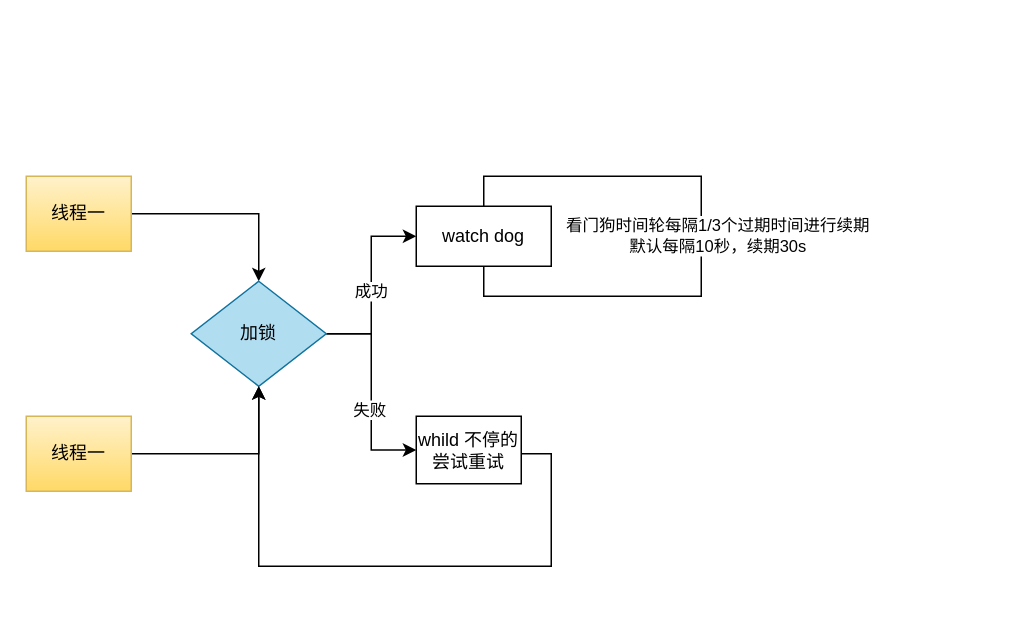
koralcc/resource keeps this draw.io diagram as redisson锁+看门狗.drawio. Above is the earlier version. Source tidied: cells renumbered, new cells numbered last; positions are measured from the earlier drawing's top-left corner, leaving out a move shared by most shapes. Both pictures are drawn from the tidied source at 150%, with x=0, y=0 at pixel (26, 176).
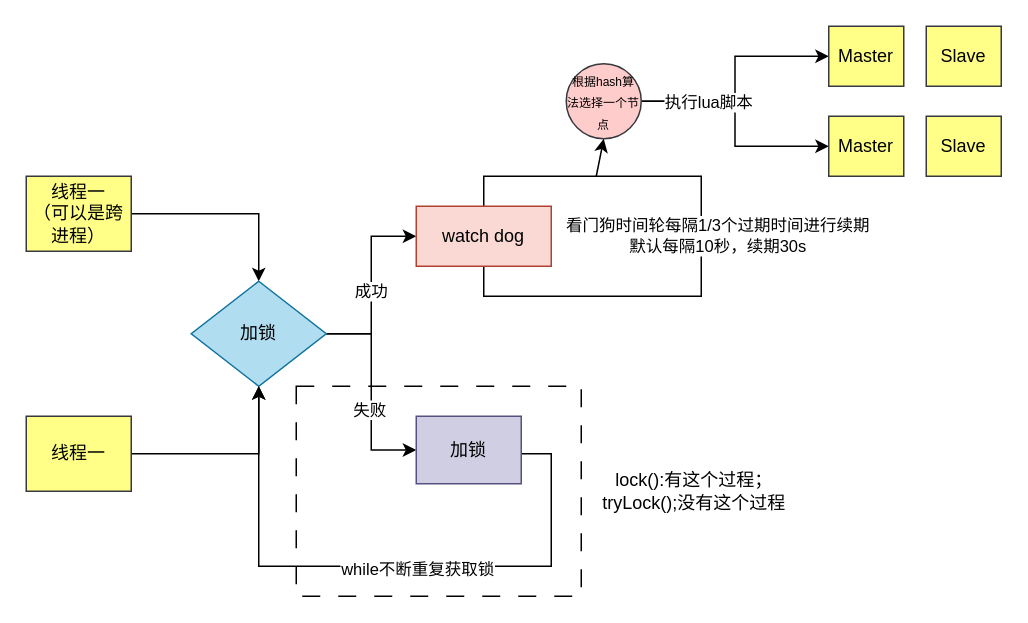
Above is the later version.

Commit message:
更新redisson锁+看门狗.drawio

Unchanged cells that the change refers to:
```xml
<mxCell id="14" style="edgeStyle=orthogonalEdgeStyle;rounded=0;jettySize=auto;html=1;entryX=0.5;entryY=1;entryDx=0;entryDy=0;" parent="1" edge="1" source="15" target="8">
  <mxGeometry relative="1" as="geometry">
    <Array as="points">
      <mxPoint x="350" y="185" />
      <mxPoint x="350" y="260" />
      <mxPoint x="155" y="260" />
    </Array>
  </mxGeometry>
</mxCell>
```

What changed in the source:
```diff
@@
+    <mxCell id="16" style="rounded=0;whiteSpace=wrap;html=1;dashed=1;dashPattern=12 12;" parent="1" vertex="1">
+      <mxGeometry x="180" y="140" width="190" height="140" as="geometry" />
+    </mxCell>
@@
-    <mxCell id="3" value="线程一" style="rounded=0;whiteSpace=wrap;html=1;fillColor=#fff2cc;strokeColor=#d6b656;gradientColor=#ffd966;" parent="1" vertex="1">
+    <mxCell id="3" value="线程一&lt;br&gt;（可以是跨进程）" style="rounded=0;whiteSpace=wrap;html=1;fillColor=#ffff88;strokeColor=#36393d;" parent="1" vertex="1">
       <mxGeometry width="70" height="50" as="geometry" />
     </mxCell>
@@
-    <mxCell id="10" value="线程一" style="rounded=0;whiteSpace=wrap;html=1;fillColor=#fff2cc;strokeColor=#d6b656;gradientColor=#ffd966;" parent="1" vertex="1">
+    <mxCell id="10" value="线程一" style="rounded=0;whiteSpace=wrap;html=1;fillColor=#ffff88;strokeColor=#36393d;" parent="1" vertex="1">
       <mxGeometry y="160" width="70" height="50" as="geometry" />
     </mxCell>
@@
-    <mxCell id="13" value="watch dog" style="rounded=0;whiteSpace=wrap;html=1;" parent="1" vertex="1">
+    <mxCell id="13" value="watch dog" style="rounded=0;whiteSpace=wrap;html=1;fillColor=#fad9d5;strokeColor=#ae4132;" parent="1" vertex="1">
       <mxGeometry x="260" y="20" width="90" height="40" as="geometry" />
     </mxCell>
@@
+    <mxCell id="17" value="while不断重复获取锁" style="edgeLabel;html=1;align=center;verticalAlign=middle;" parent="14" vertex="1">
+      <mxGeometry x="0.01" y="1" relative="1" as="geometry">
+        <mxPoint x="22" as="offset" />
+      </mxGeometry>
+    </mxCell>
-    <mxCell id="15" value="whild 不停的尝试重试" style="rounded=0;whiteSpace=wrap;html=1;" parent="1" vertex="1">
+    <mxCell id="15" value="加锁" style="rounded=0;whiteSpace=wrap;html=1;fillColor=#d0cee2;strokeColor=#56517e;" parent="1" vertex="1">
       <mxGeometry x="260" y="160" width="70" height="45" as="geometry" />
     </mxCell>
+    <mxCell id="18" value="lock():有这个过程；&lt;br&gt;tryLock();没有这个过程" style="text;html=1;align=center;verticalAlign=middle;strokeColor=none;fillColor=none;" parent="1" vertex="1">
+      <mxGeometry x="370" y="190" width="150" height="40" as="geometry" />
+    </mxCell>
+    <mxCell id="19" style="edgeStyle=orthogonalEdgeStyle;rounded=0;jettySize=auto;html=1;entryX=0;entryY=0.5;entryDx=0;entryDy=0;" parent="1" edge="1" source="22" target="25">
+      <mxGeometry relative="1" as="geometry" />
+    </mxCell>
+    <mxCell id="20" style="edgeStyle=orthogonalEdgeStyle;rounded=0;jettySize=auto;html=1;entryX=0;entryY=0.5;entryDx=0;entryDy=0;" parent="1" edge="1" source="22" target="23">
+      <mxGeometry relative="1" as="geometry" />
+    </mxCell>
+    <mxCell id="21" value="执行lua脚本" style="edgeLabel;html=1;align=center;verticalAlign=middle;" parent="20" vertex="1">
+      <mxGeometry x="-0.71" y="1" relative="1" as="geometry">
+        <mxPoint x="22" y="1" as="offset" />
+      </mxGeometry>
+    </mxCell>
+    <mxCell id="22" value="&lt;font style=&quot;font-size: 8px;&quot;&gt;根据hash算法选择一个节点&lt;/font&gt;" style="ellipse;whiteSpace=wrap;html=1;fillColor=#ffcccc;strokeColor=#36393d;" parent="1" vertex="1">
+      <mxGeometry x="360" y="-75" width="50" height="50" as="geometry" />
+    </mxCell>
+    <mxCell id="23" value="Master" style="rounded=0;whiteSpace=wrap;html=1;fillColor=#ffff88;strokeColor=#36393d;" parent="1" vertex="1">
+      <mxGeometry x="535" y="-40" width="50" height="40" as="geometry" />
+    </mxCell>
+    <mxCell id="24" value="Slave" style="rounded=0;whiteSpace=wrap;html=1;fillColor=#ffff88;strokeColor=#36393d;" parent="1" vertex="1">
+      <mxGeometry x="600" y="-40" width="50" height="40" as="geometry" />
+    </mxCell>
+    <mxCell id="25" value="Master" style="rounded=0;whiteSpace=wrap;html=1;fillColor=#ffff88;strokeColor=#36393d;" parent="1" vertex="1">
+      <mxGeometry x="535" y="-100" width="50" height="40" as="geometry" />
+    </mxCell>
+    <mxCell id="26" value="Slave" style="rounded=0;whiteSpace=wrap;html=1;fillColor=#ffff88;strokeColor=#36393d;" parent="1" vertex="1">
+      <mxGeometry x="600" y="-100" width="50" height="40" as="geometry" />
+    </mxCell>
+    <mxCell id="27" style="endArrow=classic;html=1;rounded=0;entryX=0.5;entryY=1;entryDx=0;entryDy=0;" parent="1" edge="1" target="22">
+      <mxGeometry relative="1" as="geometry">
+        <mxPoint x="380" as="sourcePoint" />
+      </mxGeometry>
+    </mxCell>
```
